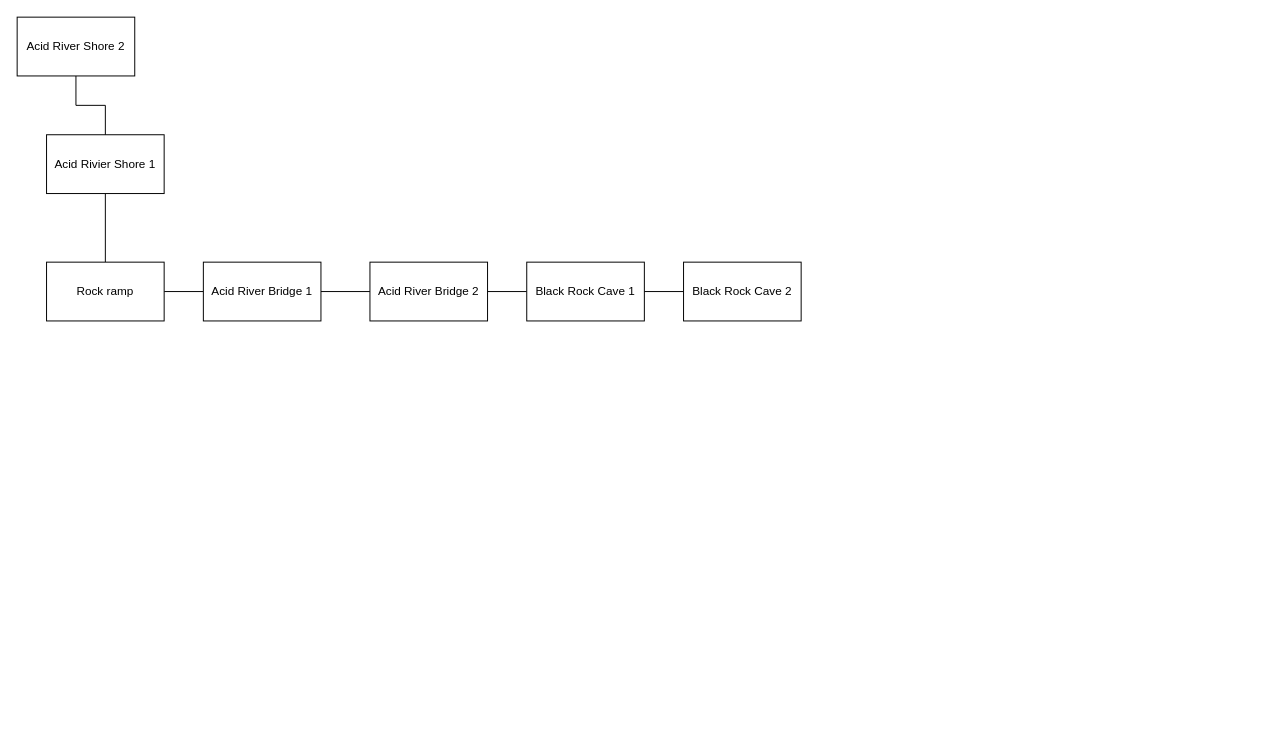
Above: page "BRC_Level1" (1 of 2) of BlackRockCanyon.drawio in michaelm142/Stick-Figure-Game (draw.io), before the change. Source tidied: cells renumbered, new cells numbered last; positions are measured from the earlier drawing's top-left corner, leaving out a move shared by most shapes. Both pictures are drawn from the tidied source at 98%, with x=0, y=0 at pixel (17, 17).
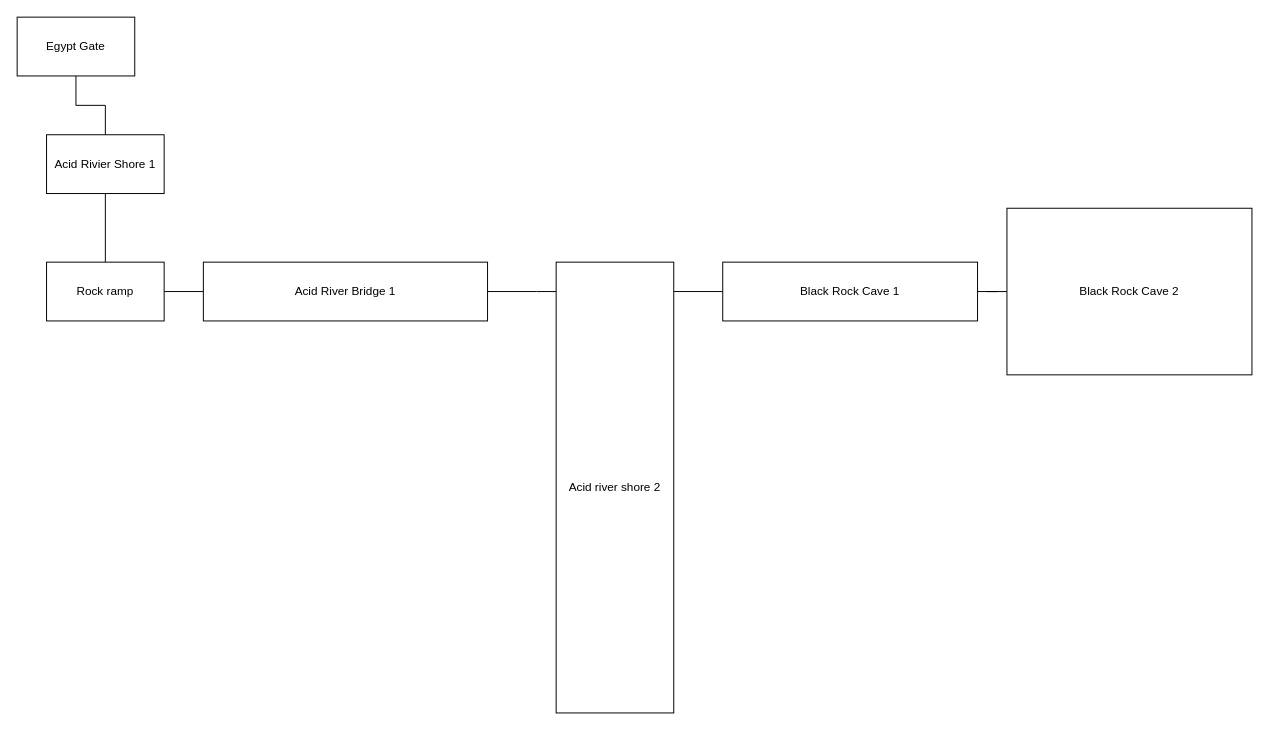
The same page after the edit.

What changed in the source:
```diff
@@
 <mxGraphModel>
   <root>
     <mxCell id="0" />
     <mxCell id="1" parent="0" />
     <mxCell id="2" style="edgeStyle=orthogonalEdgeStyle;rounded=0;jettySize=auto;html=1;endArrow=none;endFill=0;" parent="1" edge="1" source="3" target="5">
       <mxGeometry relative="1" as="geometry" />
     </mxCell>
     <mxCell id="3" value="Acid Rivier Shore 1" style="rounded=0;whiteSpace=wrap;html=1;" parent="1" vertex="1">
       <mxGeometry x="30" y="120" width="120" height="60" as="geometry" />
     </mxCell>
     <mxCell id="4" style="edgeStyle=orthogonalEdgeStyle;rounded=0;jettySize=auto;html=1;endArrow=none;endFill=0;" parent="1" edge="1" source="5" target="7">
       <mxGeometry relative="1" as="geometry" />
     </mxCell>
     <mxCell id="5" value="Rock ramp" style="rounded=0;whiteSpace=wrap;html=1;" parent="1" vertex="1">
       <mxGeometry x="30" y="250" width="120" height="60" as="geometry" />
     </mxCell>
-    <mxCell id="6" style="edgeStyle=orthogonalEdgeStyle;rounded=0;jettySize=auto;html=1;endArrow=none;endFill=0;" parent="1" edge="1" source="7" target="9">
-      <mxGeometry relative="1" as="geometry" />
-    </mxCell>
+    <mxCell id="15" style="edgeStyle=orthogonalEdgeStyle;rounded=0;jettySize=auto;html=1;endArrow=none;endFill=0;" parent="1" edge="1" source="7" target="17">
+      <mxGeometry relative="1" as="geometry">
+        <Array as="points">
+          <mxPoint x="530" y="280" />
+          <mxPoint x="530" y="280" />
+        </Array>
+      </mxGeometry>
+    </mxCell>
     <mxCell id="7" value="Acid River Bridge 1" style="rounded=0;whiteSpace=wrap;html=1;" parent="1" vertex="1">
-      <mxGeometry x="190" y="250" width="120" height="60" as="geometry" />
+      <mxGeometry x="190" y="250" width="290" height="60" as="geometry" />
     </mxCell>
-    <mxCell id="8" style="edgeStyle=orthogonalEdgeStyle;rounded=0;jettySize=auto;html=1;endArrow=none;endFill=0;" parent="1" edge="1" source="9" target="10">
-      <mxGeometry relative="1" as="geometry" />
-    </mxCell>
-    <mxCell id="9" value="Acid River Bridge 2" style="rounded=0;whiteSpace=wrap;html=1;" parent="1" vertex="1">
-      <mxGeometry x="360" y="250" width="120" height="60" as="geometry" />
-    </mxCell>
     <mxCell id="10" value="Black Rock Cave 1" style="rounded=0;whiteSpace=wrap;html=1;" parent="1" vertex="1">
-      <mxGeometry x="520" y="250" width="120" height="60" as="geometry" />
+      <mxGeometry x="720" y="250" width="260" height="60" as="geometry" />
     </mxCell>
     <mxCell id="11" style="edgeStyle=orthogonalEdgeStyle;rounded=0;jettySize=auto;html=1;endArrow=none;endFill=0;" parent="1" edge="1" source="12" target="3">
       <mxGeometry relative="1" as="geometry" />
     </mxCell>
-    <mxCell id="12" value="Acid River Shore 2" style="rounded=0;whiteSpace=wrap;html=1;" parent="1" vertex="1">
+    <mxCell id="12" value="Egypt Gate" style="rounded=0;whiteSpace=wrap;html=1;" parent="1" vertex="1">
       <mxGeometry width="120" height="60" as="geometry" />
     </mxCell>
     <mxCell id="13" style="edgeStyle=orthogonalEdgeStyle;rounded=0;jettySize=auto;html=1;endArrow=none;endFill=0;" parent="1" edge="1" source="14" target="10">
       <mxGeometry relative="1" as="geometry" />
     </mxCell>
     <mxCell id="14" value="Black Rock Cave 2" style="rounded=0;whiteSpace=wrap;html=1;" parent="1" vertex="1">
-      <mxGeometry x="680" y="250" width="120" height="60" as="geometry" />
+      <mxGeometry x="1010" y="195" width="250" height="170" as="geometry" />
     </mxCell>
+    <mxCell id="16" style="edgeStyle=orthogonalEdgeStyle;rounded=0;jettySize=auto;html=1;entryX=0;entryY=0.5;entryDx=0;entryDy=0;endArrow=none;endFill=0;" parent="1" edge="1" source="17" target="10">
+      <mxGeometry relative="1" as="geometry">
+        <Array as="points">
+          <mxPoint x="670" y="280" />
+          <mxPoint x="670" y="280" />
+        </Array>
+      </mxGeometry>
+    </mxCell>
+    <mxCell id="17" value="Acid river shore 2" style="rounded=0;whiteSpace=wrap;html=1;" parent="1" vertex="1">
+      <mxGeometry x="550" y="250" width="120" height="460" as="geometry" />
+    </mxCell>
   </root>
 </mxGraphModel>
```
